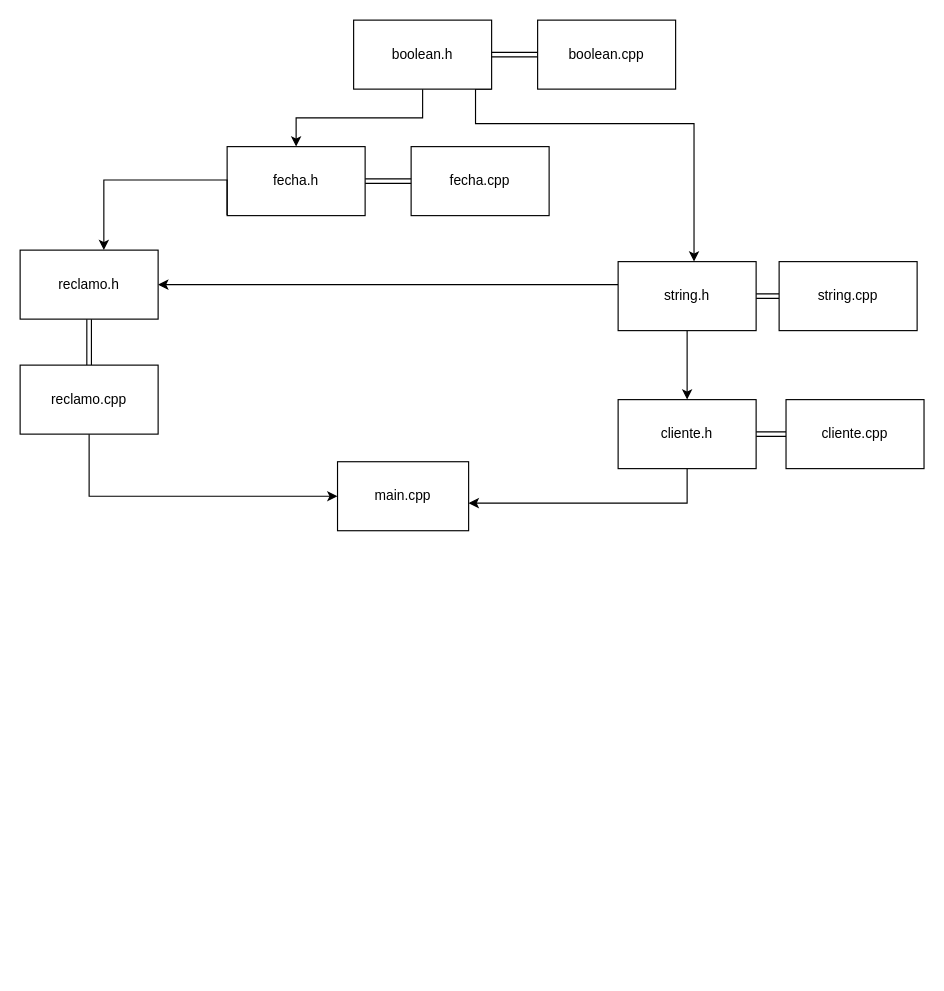
The draw.io diagram DIAGRAMA OBLIGATORIO 2.drawio in faussantos/Obligatorio_2_PR_II, before the edit. Source tidied: cells renumbered, new cells numbered last; positions are measured from the earlier drawing's top-left corner, leaving out a move shared by most shapes. Both pictures are drawn from the tidied source at 115%, with x=0, y=0 at pixel (20, 20).
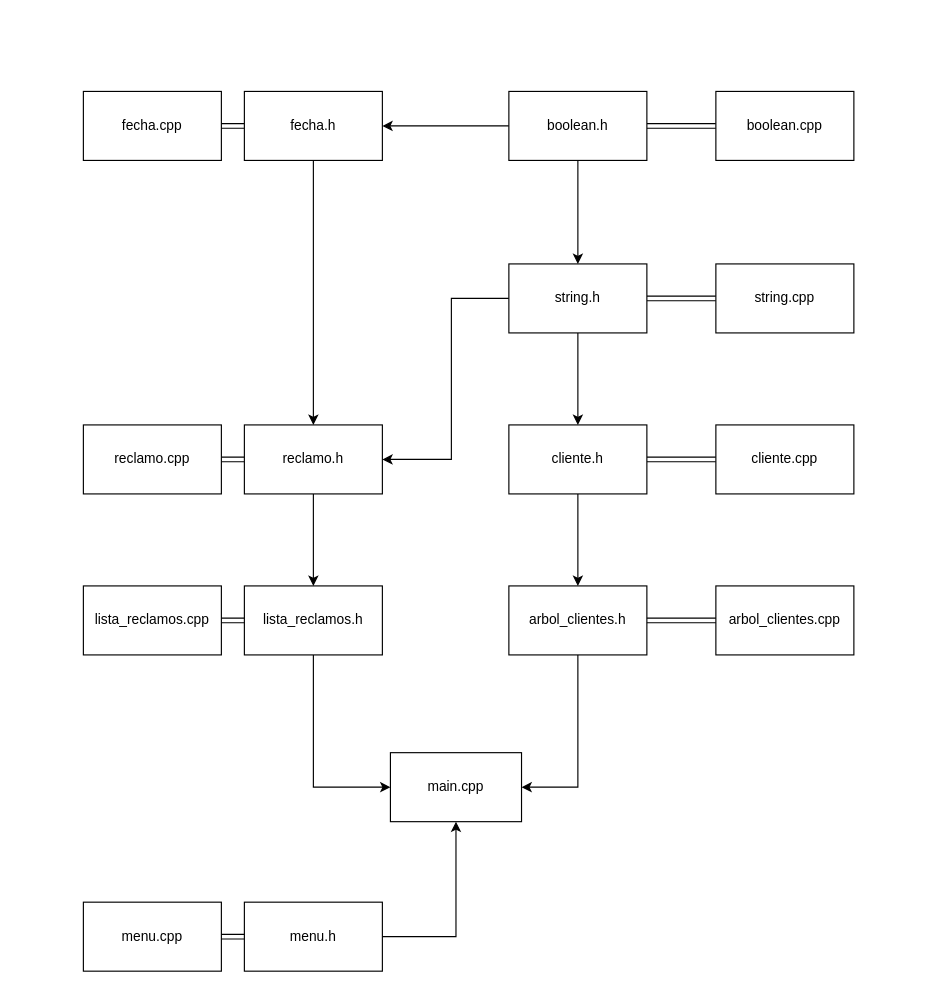
Above is the later version.

The edit, as a diff of the source:
```diff
@@
     <mxCell id="2" value="main.cpp" style="rounded=0;whiteSpace=wrap;html=1;" parent="1" vertex="1">
-      <mxGeometry x="276" y="384" width="114" height="60" as="geometry" />
+      <mxGeometry x="322" y="637" width="114" height="60" as="geometry" />
     </mxCell>
@@
-    <mxCell id="4" style="edgeStyle=orthogonalEdgeStyle;rounded=0;jettySize=auto;html=1;" parent="1" edge="1" source="5" target="2">
+    <mxCell id="4" style="edgeStyle=orthogonalEdgeStyle;rounded=0;jettySize=auto;html=1;entryX=1;entryY=0.5;entryDx=0;entryDy=0;exitX=0.5;exitY=1;exitDx=0;exitDy=0;" parent="1" edge="1" source="25" target="2">
       <mxGeometry relative="1" as="geometry">
         <Array as="points">
-          <mxPoint x="580" y="420" />
+          <mxPoint x="485" y="667" />
         </Array>
       </mxGeometry>
     </mxCell>
     <mxCell id="5" value="cliente.h" style="rounded=0;whiteSpace=wrap;html=1;" parent="1" vertex="1">
-      <mxGeometry x="520" y="330" width="120" height="60" as="geometry" />
+      <mxGeometry x="425" y="352" width="120" height="60" as="geometry" />
     </mxCell>
     <mxCell id="6" value="cliente.cpp" style="rounded=0;whiteSpace=wrap;html=1;" parent="1" vertex="1">
-      <mxGeometry x="666" y="330" width="120" height="60" as="geometry" />
+      <mxGeometry x="605" y="352" width="120" height="60" as="geometry" />
     </mxCell>
     <mxCell id="7" style="edgeStyle=orthogonalEdgeStyle;shape=link;rounded=0;jettySize=auto;html=1;" parent="1" edge="1" source="10">
       <mxGeometry relative="1" as="geometry">
-        <mxPoint x="660" y="240" as="targetPoint" />
+        <mxPoint x="605" y="242" as="targetPoint" />
       </mxGeometry>
     </mxCell>
-    <mxCell id="8" style="edgeStyle=orthogonalEdgeStyle;rounded=0;jettySize=auto;html=1;" parent="1" edge="1" source="10" target="18">
+    <mxCell id="8" style="edgeStyle=orthogonalEdgeStyle;rounded=0;jettySize=auto;html=1;entryX=1;entryY=0.5;entryDx=0;entryDy=0;exitX=0;exitY=0.5;exitDx=0;exitDy=0;" parent="1" edge="1" source="10" target="18">
       <mxGeometry relative="1" as="geometry">
         <Array as="points">
-          <mxPoint x="316" y="230" />
-          <mxPoint x="316" y="230" />
+          <mxPoint x="375" y="242" />
+          <mxPoint x="375" y="382" />
         </Array>
       </mxGeometry>
     </mxCell>
-    <mxCell id="9" style="edgeStyle=orthogonalEdgeStyle;rounded=0;jettySize=auto;html=1;exitX=0.5;exitY=1;exitDx=0;exitDy=0;" parent="1" edge="1" source="10">
+    <mxCell id="9" style="edgeStyle=orthogonalEdgeStyle;rounded=0;jettySize=auto;html=1;exitX=0.5;exitY=1;exitDx=0;exitDy=0;entryX=0.5;entryY=0;entryDx=0;entryDy=0;" parent="1" edge="1" source="10" target="5">
       <mxGeometry relative="1" as="geometry">
-        <mxPoint x="580" y="330" as="targetPoint" />
         <Array as="points">
-          <mxPoint x="580" y="290" />
-          <mxPoint x="580" y="290" />
+          <mxPoint x="485" y="292" />
+          <mxPoint x="485" y="292" />
         </Array>
       </mxGeometry>
     </mxCell>
     <mxCell id="10" value="string.h" style="rounded=0;whiteSpace=wrap;html=1;" parent="1" vertex="1">
-      <mxGeometry x="520" y="210" width="120" height="60" as="geometry" />
+      <mxGeometry x="425" y="212" width="120" height="60" as="geometry" />
     </mxCell>
     <mxCell id="11" value="string.cpp" style="rounded=0;whiteSpace=wrap;html=1;" parent="1" vertex="1">
-      <mxGeometry x="660" y="210" width="120" height="60" as="geometry" />
+      <mxGeometry x="605" y="212" width="120" height="60" as="geometry" />
     </mxCell>
@@
-    <mxCell id="14" style="edgeStyle=orthogonalEdgeStyle;rounded=0;jettySize=auto;html=1;exitX=1;exitY=1;exitDx=0;exitDy=0;" parent="1" edge="1" source="15" target="10">
-      <mxGeometry relative="1" as="geometry">
-        <Array as="points">
-          <mxPoint x="396" y="60" />
-          <mxPoint x="396" y="90" />
-          <mxPoint x="586" y="90" />
-        </Array>
-      </mxGeometry>
+    <mxCell id="14" style="edgeStyle=orthogonalEdgeStyle;rounded=0;jettySize=auto;html=1;exitX=0.5;exitY=1;exitDx=0;exitDy=0;entryX=0.5;entryY=0;entryDx=0;entryDy=0;" parent="1" edge="1" source="15" target="10">
+      <mxGeometry relative="1" as="geometry" />
     </mxCell>
     <mxCell id="15" value="boolean.h" style="rounded=0;whiteSpace=wrap;html=1;" parent="1" vertex="1">
-      <mxGeometry x="290" width="120" height="60" as="geometry" />
+      <mxGeometry x="425" y="62" width="120" height="60" as="geometry" />
     </mxCell>
     <mxCell id="16" value="boolean.cpp" style="rounded=0;whiteSpace=wrap;html=1;" parent="1" vertex="1">
-      <mxGeometry x="450" width="120" height="60" as="geometry" />
+      <mxGeometry x="605" y="62" width="120" height="60" as="geometry" />
     </mxCell>
@@
     <mxCell id="18" value="reclamo.h" style="rounded=0;whiteSpace=wrap;html=1;" parent="1" vertex="1">
-      <mxGeometry y="200" width="120" height="60" as="geometry" />
+      <mxGeometry x="195" y="352" width="120" height="60" as="geometry" />
     </mxCell>
-    <mxCell id="19" style="edgeStyle=orthogonalEdgeStyle;rounded=0;jettySize=auto;html=1;entryX=0;entryY=0.5;entryDx=0;entryDy=0;" parent="1" edge="1" source="20" target="2">
+    <mxCell id="19" style="edgeStyle=orthogonalEdgeStyle;rounded=0;jettySize=auto;html=1;exitX=0.5;exitY=1;exitDx=0;exitDy=0;entryX=0;entryY=0.5;entryDx=0;entryDy=0;" parent="1" edge="1" source="28" target="2">
       <mxGeometry relative="1" as="geometry">
         <Array as="points">
-          <mxPoint x="60" y="414" />
+          <mxPoint x="255" y="667" />
         </Array>
       </mxGeometry>
     </mxCell>
     <mxCell id="20" value="reclamo.cpp" style="rounded=0;whiteSpace=wrap;html=1;" parent="1" vertex="1">
-      <mxGeometry y="300" width="120" height="60" as="geometry" />
+      <mxGeometry x="55" y="352" width="120" height="60" as="geometry" />
     </mxCell>
     <mxCell id="21" value="fecha.cpp" style="rounded=0;whiteSpace=wrap;html=1;" parent="1" vertex="1">
-      <mxGeometry x="340" y="110" width="120" height="60" as="geometry" />
+      <mxGeometry x="55" y="62" width="120" height="60" as="geometry" />
     </mxCell>
@@
     <mxCell id="23" value="fecha.h" style="rounded=0;whiteSpace=wrap;html=1;" parent="1" vertex="1">
-      <mxGeometry x="180" y="110" width="120" height="60" as="geometry" />
+      <mxGeometry x="195" y="62" width="120" height="60" as="geometry" />
     </mxCell>
-    <mxCell id="24" style="edgeStyle=orthogonalEdgeStyle;rounded=0;orthogonalLoop=1;jettySize=auto;html=1;exitX=0;exitY=1;exitDx=0;exitDy=0;entryX=0.607;entryY=0.008;entryDx=0;entryDy=0;entryPerimeter=0;" parent="1" edge="1">
+    <mxCell id="24" style="edgeStyle=orthogonalEdgeStyle;rounded=0;jettySize=auto;html=1;exitX=0.5;exitY=1;exitDx=0;exitDy=0;entryX=0.5;entryY=0;entryDx=0;entryDy=0;" parent="1" edge="1" source="23" target="18">
       <mxGeometry relative="1" as="geometry">
-        <mxPoint x="180" y="169.5" as="sourcePoint" />
-        <mxPoint x="72.8" y="200" as="targetPoint" />
         <Array as="points">
-          <mxPoint x="180" y="139" />
-          <mxPoint x="73" y="139" />
+          <mxPoint x="255" y="192" />
+          <mxPoint x="255" y="192" />
         </Array>
       </mxGeometry>
     </mxCell>
+    <mxCell id="25" value="arbol_clientes.h" style="rounded=0;whiteSpace=wrap;html=1;" parent="1" vertex="1">
+      <mxGeometry x="425" y="492" width="120" height="60" as="geometry" />
+    </mxCell>
+    <mxCell id="26" value="arbol_clientes.cpp" style="rounded=0;whiteSpace=wrap;html=1;" parent="1" vertex="1">
+      <mxGeometry x="605" y="492" width="120" height="60" as="geometry" />
+    </mxCell>
+    <mxCell id="27" style="edgeStyle=orthogonalEdgeStyle;shape=link;rounded=0;jettySize=auto;html=1;entryX=0;entryY=0.5;entryDx=0;entryDy=0;exitX=1;exitY=0.5;exitDx=0;exitDy=0;" parent="1" edge="1" source="25" target="26">
+      <mxGeometry relative="1" as="geometry">
+        <Array as="points">
+          <mxPoint x="575" y="522" />
+          <mxPoint x="575" y="522" />
+        </Array>
+      </mxGeometry>
+    </mxCell>
+    <mxCell id="28" value="lista_reclamos.h" style="rounded=0;whiteSpace=wrap;html=1;" parent="1" vertex="1">
+      <mxGeometry x="195" y="492" width="120" height="60" as="geometry" />
+    </mxCell>
+    <mxCell id="29" value="lista_reclamos.cpp" style="rounded=0;whiteSpace=wrap;html=1;" parent="1" vertex="1">
+      <mxGeometry x="55" y="492" width="120" height="60" as="geometry" />
+    </mxCell>
+    <mxCell id="30" style="edgeStyle=orthogonalEdgeStyle;shape=link;rounded=0;jettySize=auto;html=1;entryX=1;entryY=0.5;entryDx=0;entryDy=0;exitX=0;exitY=0.5;exitDx=0;exitDy=0;" parent="1" edge="1" source="28" target="29">
+      <mxGeometry relative="1" as="geometry">
+        <Array as="points">
+          <mxPoint x="195" y="522" />
+          <mxPoint x="195" y="522" />
+        </Array>
+      </mxGeometry>
+    </mxCell>
+    <mxCell id="31" value="menu&lt;span style=&quot;background-color: initial;&quot;&gt;.h&lt;/span&gt;" style="rounded=0;whiteSpace=wrap;html=1;" parent="1" vertex="1">
+      <mxGeometry x="195" y="767" width="120" height="60" as="geometry" />
+    </mxCell>
+    <mxCell id="32" value="menu.cpp" style="rounded=0;whiteSpace=wrap;html=1;" parent="1" vertex="1">
+      <mxGeometry x="55" y="767" width="120" height="60" as="geometry" />
+    </mxCell>
+    <mxCell id="33" style="edgeStyle=orthogonalEdgeStyle;shape=link;rounded=0;jettySize=auto;html=1;entryX=1;entryY=0.5;entryDx=0;entryDy=0;exitX=0;exitY=0.5;exitDx=0;exitDy=0;" parent="1" edge="1" source="31" target="32">
+      <mxGeometry relative="1" as="geometry">
+        <Array as="points">
+          <mxPoint x="195" y="797" />
+          <mxPoint x="195" y="797" />
+        </Array>
+      </mxGeometry>
+    </mxCell>
+    <mxCell id="34" style="edgeStyle=orthogonalEdgeStyle;rounded=0;jettySize=auto;html=1;exitX=1;exitY=0.5;exitDx=0;exitDy=0;entryX=0.5;entryY=1;entryDx=0;entryDy=0;" parent="1" edge="1" source="31" target="2">
+      <mxGeometry relative="1" as="geometry">
+        <Array as="points">
+          <mxPoint x="379" y="797" />
+        </Array>
+      </mxGeometry>
+    </mxCell>
+    <mxCell id="35" style="edgeStyle=orthogonalEdgeStyle;rounded=0;jettySize=auto;html=1;exitX=0.5;exitY=1;exitDx=0;exitDy=0;entryX=0.5;entryY=0;entryDx=0;entryDy=0;" parent="1" edge="1" source="5" target="25">
+      <mxGeometry relative="1" as="geometry">
+        <Array as="points">
+          <mxPoint x="485" y="482" />
+          <mxPoint x="485" y="482" />
+        </Array>
+      </mxGeometry>
+    </mxCell>
+    <mxCell id="36" style="edgeStyle=orthogonalEdgeStyle;rounded=0;jettySize=auto;html=1;exitX=0.5;exitY=1;exitDx=0;exitDy=0;entryX=0.5;entryY=0;entryDx=0;entryDy=0;" parent="1" edge="1" source="18" target="28">
+      <mxGeometry relative="1" as="geometry">
+        <Array as="points">
+          <mxPoint x="255" y="452" />
+          <mxPoint x="255" y="452" />
+        </Array>
+      </mxGeometry>
+    </mxCell>
```
